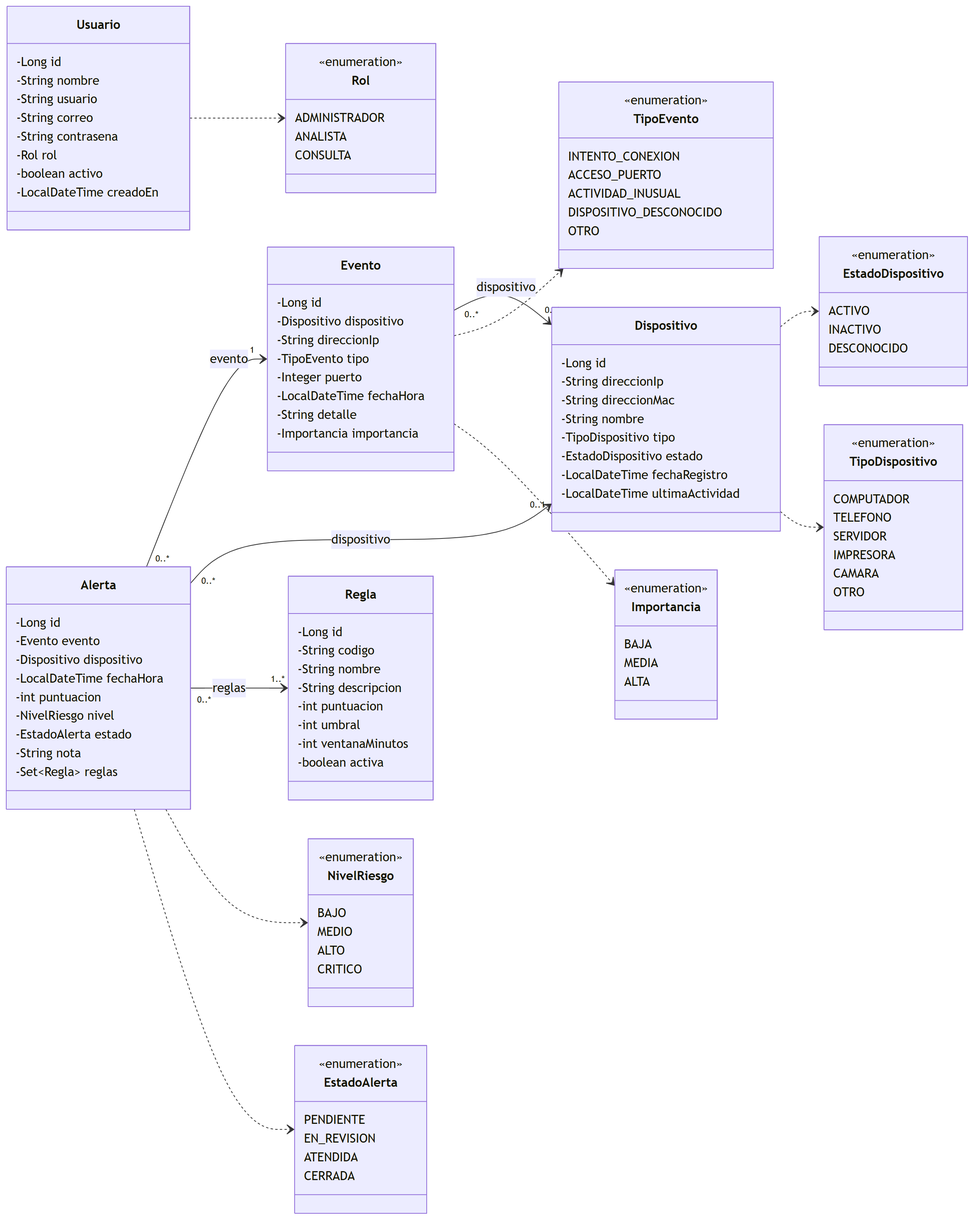
Before: Docs/img/03-clases-dominio.png, a diagram exported from Mermaid (velosergio/Cyberguard). Its source is kept beside it as Docs/img/fuentes/03-clases-dominio.mmd.
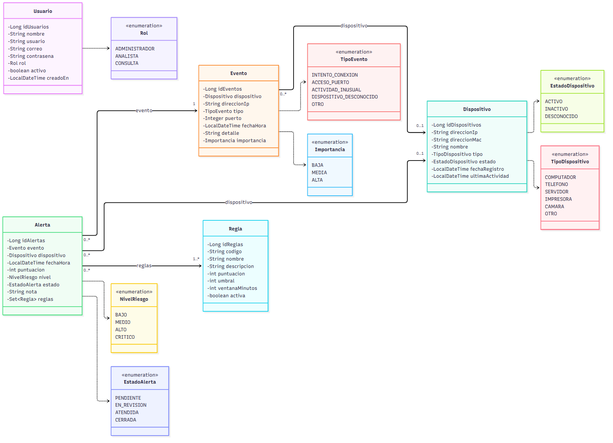
Above is the later version.

The edit, as a diff of the source:
```diff
@@ -1,7 +1,7 @@
 classDiagram
     direction LR
     class Usuario {
-        -Long id
+        -Long idUsuarios
         -String nombre
         -String usuario
         -String correo
@@ -11,7 +11,7 @@
         -LocalDateTime creadoEn
     }
     class Dispositivo {
-        -Long id
+        -Long idDispositivos
         -String direccionIp
         -String direccionMac
         -String nombre
@@ -21,7 +21,7 @@
         -LocalDateTime ultimaActividad
     }
     class Evento {
-        -Long id
+        -Long idEventos
         -Dispositivo dispositivo
         -String direccionIp
         -TipoEvento tipo
@@ -31,7 +31,7 @@
         -Importancia importancia
     }
     class Regla {
-        -Long id
+        -Long idReglas
         -String codigo
         -String nombre
         -String descripcion
@@ -41,7 +41,7 @@
         -boolean activa
     }
     class Alerta {
-        -Long id
+        -Long idAlertas
         -Evento evento
         -Dispositivo dispositivo
         -LocalDateTime fechaHora
```
